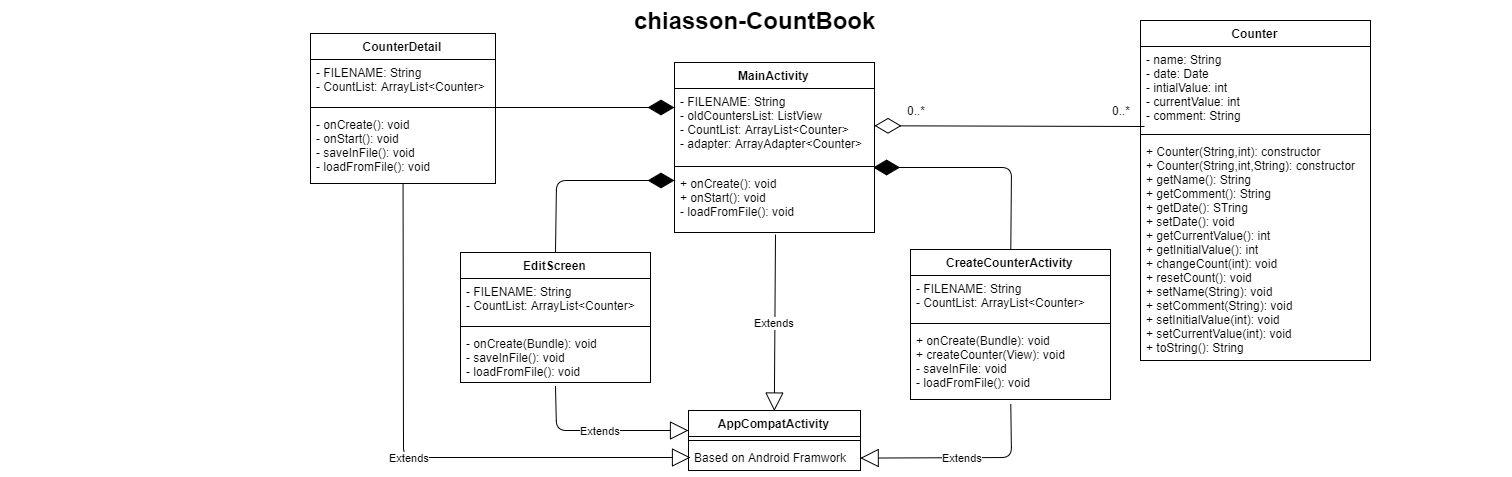
This is doc/chiasson-CountBook.png from cchiasson/CountBook, a draw.io export, as it was before one commit. Source tidied: cells renumbered, new cells last; positions are measured from the earlier drawing's top-left corner, leaving out a move shared by most shapes.
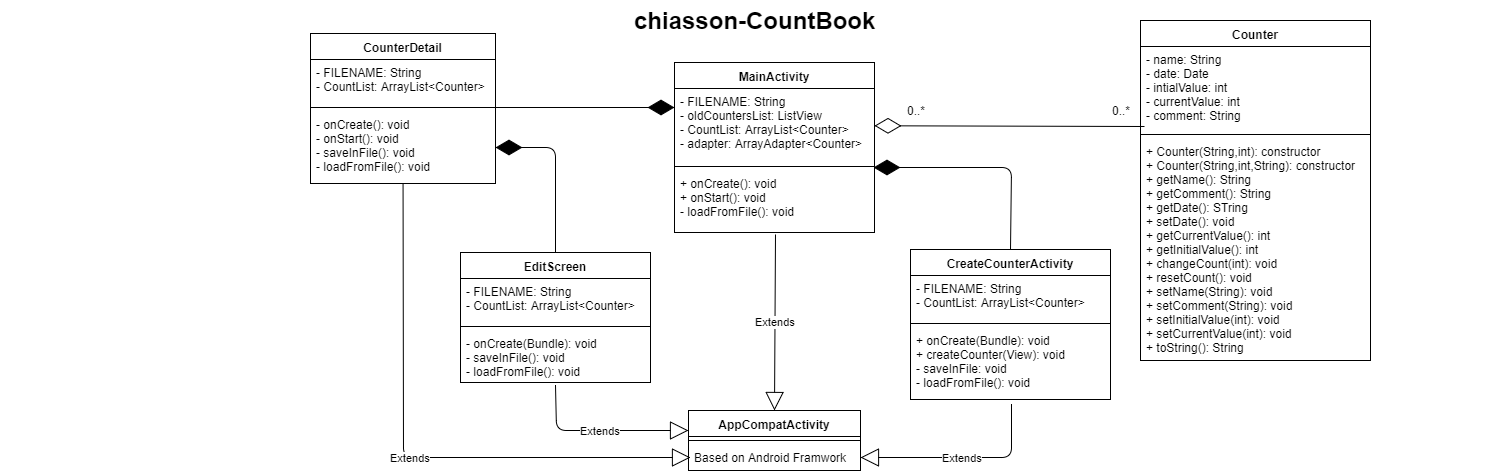
The same diagram one commit later.

The edit, as a diff of the source:
```diff
@@ -116,11 +116,10 @@
         <mxPoint x="674" y="107" as="targetPoint" />
       </mxGeometry>
     </mxCell>
-    <mxCell id="34" style="endArrow=diamondThin;endFill=1;endSize=24;html=1;exitX=0.5;exitY=0;" parent="1" edge="1" source="11">
+    <mxCell id="34" style="endArrow=diamondThin;endFill=1;endSize=24;html=1;exitX=0.5;exitY=0;entryX=1;entryY=0.5;" parent="1" edge="1" source="11" target="10">
       <mxGeometry relative="1" as="geometry">
-        <mxPoint x="674" y="180" as="targetPoint" />
         <Array as="points">
-          <mxPoint x="556" y="180" />
+          <mxPoint x="555" y="147" />
         </Array>
       </mxGeometry>
     </mxCell>
```
